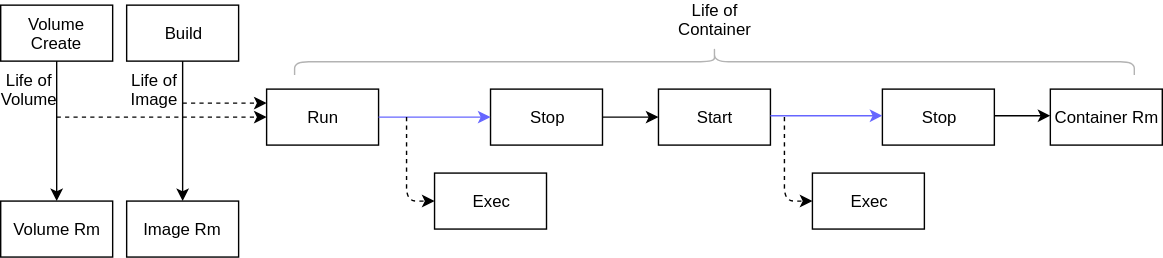
NCAR/finn keeps this draw.io diagram as images/docker_components.svg. Above is the earlier version. Source tidied: cells renumbered, new cells last; positions are measured from the earlier drawing's top-left corner, leaving out a move shared by most shapes. Its diagram source:
```xml
<mxGraphModel>
  <root>
    <mxCell id="0" />
    <mxCell id="1" parent="0" />
    <mxCell id="2" value="Build" style="rounded=0;whiteSpace=wrap;html=1;" parent="1" vertex="1">
      <mxGeometry x="90" width="80" height="40" as="geometry" />
    </mxCell>
    <mxCell id="3" value="Image Rm" style="rounded=0;whiteSpace=wrap;html=1;" parent="1" vertex="1">
      <mxGeometry x="90" y="140" width="80" height="40" as="geometry" />
    </mxCell>
    <mxCell id="4" style="endArrow=classic;html=1;exitX=0.5;exitY=1;exitDx=0;exitDy=0;entryX=0.5;entryY=0;entryDx=0;entryDy=0;" parent="1" edge="1" source="2" target="3">
      <mxGeometry relative="1" as="geometry" />
    </mxCell>
    <mxCell id="5" value="Run" style="rounded=0;whiteSpace=wrap;html=1;" parent="1" vertex="1">
      <mxGeometry x="190" y="60" width="80" height="40" as="geometry" />
    </mxCell>
    <mxCell id="6" style="endArrow=classic;html=1;entryX=0;entryY=0.25;entryDx=0;entryDy=0;dashed=1;" parent="1" edge="1" target="5">
      <mxGeometry relative="1" as="geometry">
        <mxPoint x="130" y="70" as="sourcePoint" />
      </mxGeometry>
    </mxCell>
    <mxCell id="7" value="Stop" style="rounded=0;whiteSpace=wrap;html=1;" parent="1" vertex="1">
      <mxGeometry x="350" y="60" width="80" height="40" as="geometry" />
    </mxCell>
    <mxCell id="8" value="Container Rm" style="rounded=0;whiteSpace=wrap;html=1;" parent="1" vertex="1">
      <mxGeometry x="750" y="60" width="80" height="40" as="geometry" />
    </mxCell>
    <mxCell id="9" value="Start" style="rounded=0;whiteSpace=wrap;html=1;" parent="1" vertex="1">
      <mxGeometry x="470" y="60" width="80" height="40" as="geometry" />
    </mxCell>
    <mxCell id="10" style="endArrow=classic;html=1;exitX=1;exitY=0.5;exitDx=0;exitDy=0;entryX=0;entryY=0.5;entryDx=0;entryDy=0;strokeColor=#6666FF;" parent="1" edge="1" source="5" target="7">
      <mxGeometry relative="1" as="geometry" />
    </mxCell>
    <mxCell id="11" value="Stop" style="rounded=0;whiteSpace=wrap;html=1;" parent="1" vertex="1">
      <mxGeometry x="630" y="60" width="80" height="40" as="geometry" />
    </mxCell>
    <mxCell id="12" style="endArrow=classic;html=1;strokeColor=#000000;exitX=1;exitY=0.5;exitDx=0;exitDy=0;entryX=0;entryY=0.5;entryDx=0;entryDy=0;" parent="1" edge="1" source="7" target="9">
      <mxGeometry relative="1" as="geometry" />
    </mxCell>
    <mxCell id="13" style="endArrow=classic;html=1;exitX=1;exitY=0.5;exitDx=0;exitDy=0;entryX=0;entryY=0.5;entryDx=0;entryDy=0;strokeColor=#6666FF;" parent="1" edge="1">
      <mxGeometry relative="1" as="geometry">
        <mxPoint x="550" y="79" as="sourcePoint" />
        <mxPoint x="630" y="79" as="targetPoint" />
      </mxGeometry>
    </mxCell>
    <mxCell id="14" style="endArrow=classic;html=1;strokeColor=#000000;exitX=1;exitY=0.5;exitDx=0;exitDy=0;entryX=0;entryY=0.5;entryDx=0;entryDy=0;" parent="1" edge="1">
      <mxGeometry relative="1" as="geometry">
        <mxPoint x="710" y="79" as="sourcePoint" />
        <mxPoint x="750" y="79" as="targetPoint" />
      </mxGeometry>
    </mxCell>
    <mxCell id="15" value="Volume Create" style="rounded=0;whiteSpace=wrap;html=1;" parent="1" vertex="1">
      <mxGeometry width="80" height="40" as="geometry" />
    </mxCell>
    <mxCell id="16" value="Volume Rm" style="rounded=0;whiteSpace=wrap;html=1;" parent="1" vertex="1">
      <mxGeometry y="140" width="80" height="40" as="geometry" />
    </mxCell>
    <mxCell id="17" style="endArrow=classic;html=1;strokeColor=#000000;exitX=0.5;exitY=1;exitDx=0;exitDy=0;entryX=0.5;entryY=0;entryDx=0;entryDy=0;" parent="1" edge="1" source="15" target="16">
      <mxGeometry relative="1" as="geometry" />
    </mxCell>
    <mxCell id="18" style="endArrow=classic;html=1;entryX=0;entryY=0.5;entryDx=0;entryDy=0;dashed=1;" parent="1" edge="1" target="5">
      <mxGeometry relative="1" as="geometry">
        <mxPoint x="40" y="80" as="sourcePoint" />
      </mxGeometry>
    </mxCell>
    <mxCell id="19" style="endArrow=classic;html=1;strokeColor=#000000;dashed=1;" parent="1" edge="1">
      <mxGeometry relative="1" as="geometry">
        <mxPoint x="290" y="80" as="sourcePoint" />
        <mxPoint x="310" y="140" as="targetPoint" />
        <Array as="points">
          <mxPoint x="290" y="140" />
        </Array>
      </mxGeometry>
    </mxCell>
    <mxCell id="20" value="Exec" style="rounded=0;whiteSpace=wrap;html=1;" parent="1" vertex="1">
      <mxGeometry x="310" y="120" width="80" height="40" as="geometry" />
    </mxCell>
    <mxCell id="21" style="endArrow=classic;html=1;strokeColor=#000000;dashed=1;" parent="1" edge="1">
      <mxGeometry relative="1" as="geometry">
        <mxPoint x="560" y="80" as="sourcePoint" />
        <mxPoint x="580" y="140" as="targetPoint" />
        <Array as="points">
          <mxPoint x="560" y="140" />
        </Array>
      </mxGeometry>
    </mxCell>
    <mxCell id="22" value="Exec" style="rounded=0;whiteSpace=wrap;html=1;" parent="1" vertex="1">
      <mxGeometry x="580" y="120" width="80" height="40" as="geometry" />
    </mxCell>
    <mxCell id="23" value="Life of Volume&lt;br&gt;" style="text;html=1;strokeColor=none;fillColor=none;align=center;verticalAlign=middle;whiteSpace=wrap;rounded=0;" parent="1" vertex="1">
      <mxGeometry y="50" width="40" height="20" as="geometry" />
    </mxCell>
    <mxCell id="24" value="Life of Image&lt;br&gt;" style="text;html=1;strokeColor=none;fillColor=none;align=center;verticalAlign=middle;whiteSpace=wrap;rounded=0;" parent="1" vertex="1">
      <mxGeometry x="90" y="50" width="40" height="20" as="geometry" />
    </mxCell>
    <mxCell id="25" style="shape=curlyBracket;whiteSpace=wrap;html=1;rounded=1;fillColor=none;size=0.520001220703125;direction=south;strokeColor=#B3B3B3;" parent="1" vertex="1">
      <mxGeometry x="210" y="30" width="600" height="20" as="geometry" />
    </mxCell>
    <mxCell id="26" value="Life of Container&lt;br&gt;" style="text;html=1;strokeColor=none;fillColor=none;align=center;verticalAlign=middle;whiteSpace=wrap;rounded=0;" parent="1" vertex="1">
      <mxGeometry x="490" width="40" height="20" as="geometry" />
    </mxCell>
  </root>
</mxGraphModel>
```
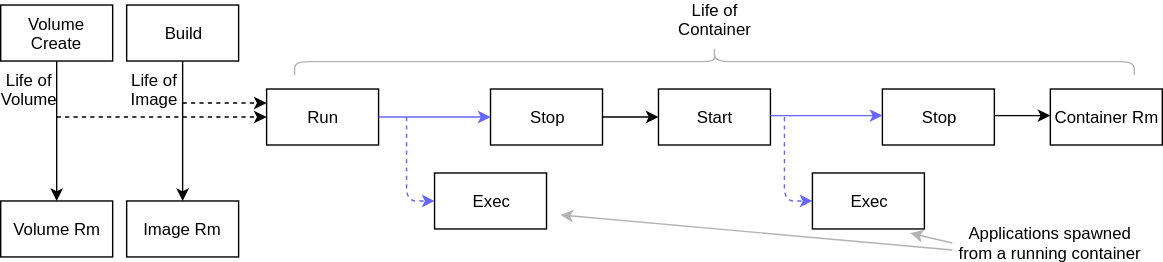
After the change.

The edit, as a diff of the source:
```diff
@@ -63,7 +63,7 @@
         <mxPoint x="40" y="80" as="sourcePoint" />
       </mxGeometry>
     </mxCell>
-    <mxCell id="19" style="endArrow=classic;html=1;strokeColor=#000000;dashed=1;" parent="1" edge="1">
+    <mxCell id="19" style="endArrow=classic;html=1;strokeColor=#6666FF;dashed=1;" parent="1" edge="1">
       <mxGeometry relative="1" as="geometry">
         <mxPoint x="290" y="80" as="sourcePoint" />
         <mxPoint x="310" y="140" as="targetPoint" />
@@ -75,7 +75,7 @@
     <mxCell id="20" value="Exec" style="rounded=0;whiteSpace=wrap;html=1;" parent="1" vertex="1">
       <mxGeometry x="310" y="120" width="80" height="40" as="geometry" />
     </mxCell>
-    <mxCell id="21" style="endArrow=classic;html=1;strokeColor=#000000;dashed=1;" parent="1" edge="1">
+    <mxCell id="21" style="endArrow=classic;html=1;strokeColor=#6666FF;dashed=1;" parent="1" edge="1">
       <mxGeometry relative="1" as="geometry">
         <mxPoint x="560" y="80" as="sourcePoint" />
         <mxPoint x="580" y="140" as="targetPoint" />
@@ -99,5 +99,16 @@
     <mxCell id="26" value="Life of Container&lt;br&gt;" style="text;html=1;strokeColor=none;fillColor=none;align=center;verticalAlign=middle;whiteSpace=wrap;rounded=0;" parent="1" vertex="1">
       <mxGeometry x="490" width="40" height="20" as="geometry" />
     </mxCell>
+    <mxCell id="27" value="Applications spawned from a running container" style="text;html=1;strokeColor=none;fillColor=none;align=center;verticalAlign=middle;whiteSpace=wrap;rounded=0;" parent="1" vertex="1">
+      <mxGeometry x="680" y="160" width="140" height="20" as="geometry" />
+    </mxCell>
+    <mxCell id="28" style="endArrow=classic;html=1;strokeColor=#B3B3B3;exitX=0;exitY=0.75;exitDx=0;exitDy=0;" parent="1" edge="1" source="27">
+      <mxGeometry relative="1" as="geometry">
+        <mxPoint x="400" y="150" as="targetPoint" />
+      </mxGeometry>
+    </mxCell>
+    <mxCell id="29" style="endArrow=classic;html=1;strokeColor=#B3B3B3;exitX=0;exitY=0.5;exitDx=0;exitDy=0;entryX=0.878;entryY=1.082;entryDx=0;entryDy=0;entryPerimeter=0;" parent="1" edge="1" source="27" target="22">
+      <mxGeometry relative="1" as="geometry" />
+    </mxCell>
   </root>
 </mxGraphModel>
```
